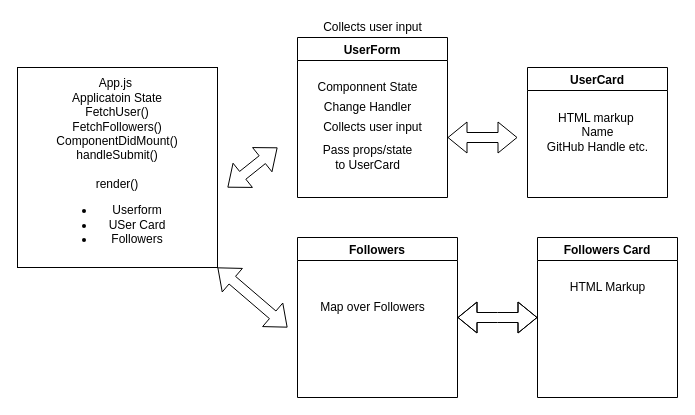
Earlier version of the draw.io diagram src/chart.drawio (bloominstituteoftechnology/web-module-project-lifecycle). Source tidied: cells renumbered, new cells numbered last; positions are measured from the earlier drawing's top-left corner, leaving out a move shared by most shapes. Both pictures are drawn from the tidied source at 100%, with x=0, y=0 at pixel (17, 17).
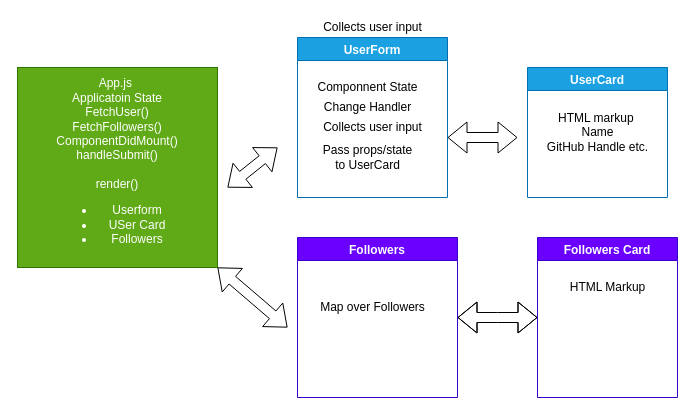
The same page after the edit.

What changed in the source:
```diff
@@
-    <mxCell id="2" value="App.js&amp;nbsp;&lt;br&gt;Applicatoin State&lt;br&gt;FetchUser()&lt;br&gt;FetchFollowers()&lt;br&gt;ComponentDidMount()&lt;br&gt;handleSubmit()&lt;br&gt;&lt;br&gt;render()&lt;br&gt;&lt;ul&gt;&lt;li&gt;Userform&lt;/li&gt;&lt;li&gt;USer Card&lt;/li&gt;&lt;li&gt;Followers&lt;/li&gt;&lt;/ul&gt;" style="whiteSpace=wrap;html=1;" parent="1" vertex="1">
+    <mxCell id="2" value="App.js&amp;nbsp;&lt;br&gt;Applicatoin State&lt;br&gt;FetchUser()&lt;br&gt;FetchFollowers()&lt;br&gt;ComponentDidMount()&lt;br&gt;handleSubmit()&lt;br&gt;&lt;br&gt;render()&lt;br&gt;&lt;ul&gt;&lt;li&gt;Userform&lt;/li&gt;&lt;li&gt;USer Card&lt;/li&gt;&lt;li&gt;Followers&lt;/li&gt;&lt;/ul&gt;" style="whiteSpace=wrap;html=1;fillColor=#60a917;strokeColor=#2D7600;fontColor=#ffffff;" parent="1" vertex="1">
       <mxGeometry y="50" width="200" height="200" as="geometry" />
     </mxCell>
@@
-    <mxCell id="4" value="UserForm" style="swimlane;" parent="1" vertex="1">
+    <mxCell id="4" value="UserForm" style="swimlane;fillColor=#1ba1e2;strokeColor=#006EAF;fontColor=#ffffff;" parent="1" vertex="1">
       <mxGeometry x="280" y="20" width="150" height="160" as="geometry" />
     </mxCell>
-    <mxCell id="5" value="Collects user input" style="text;html=1;align=center;verticalAlign=middle;strokeColor=none;" parent="4" vertex="1">
+    <mxCell id="5" value="Collects user input" style="text;html=1;align=center;verticalAlign=middle;" parent="4" vertex="1">
       <mxGeometry x="20" y="80" width="110" height="20" as="geometry" />
     </mxCell>
@@
-    <mxCell id="9" value="UserCard" style="swimlane;" parent="1" vertex="1">
+    <mxCell id="9" value="UserCard" style="swimlane;fillColor=#1ba1e2;strokeColor=#006EAF;fontColor=#ffffff;" parent="1" vertex="1">
       <mxGeometry x="510" y="50" width="140" height="130" as="geometry" />
     </mxCell>
@@
-    <mxCell id="13" value="Followers" style="swimlane;" parent="1" vertex="1">
+    <mxCell id="13" value="Followers" style="swimlane;strokeColor=#3700CC;fontColor=#ffffff;fillColor=#6A00FF;" parent="1" vertex="1">
       <mxGeometry x="280" y="220" width="160" height="160" as="geometry" />
     </mxCell>
-    <mxCell id="14" value="Followers Card" style="swimlane;" parent="1" vertex="1">
+    <mxCell id="14" value="Followers Card" style="swimlane;fillColor=#6a00ff;strokeColor=#3700CC;fontColor=#ffffff;" parent="1" vertex="1">
       <mxGeometry x="520" y="220" width="140" height="160" as="geometry" />
     </mxCell>
```
